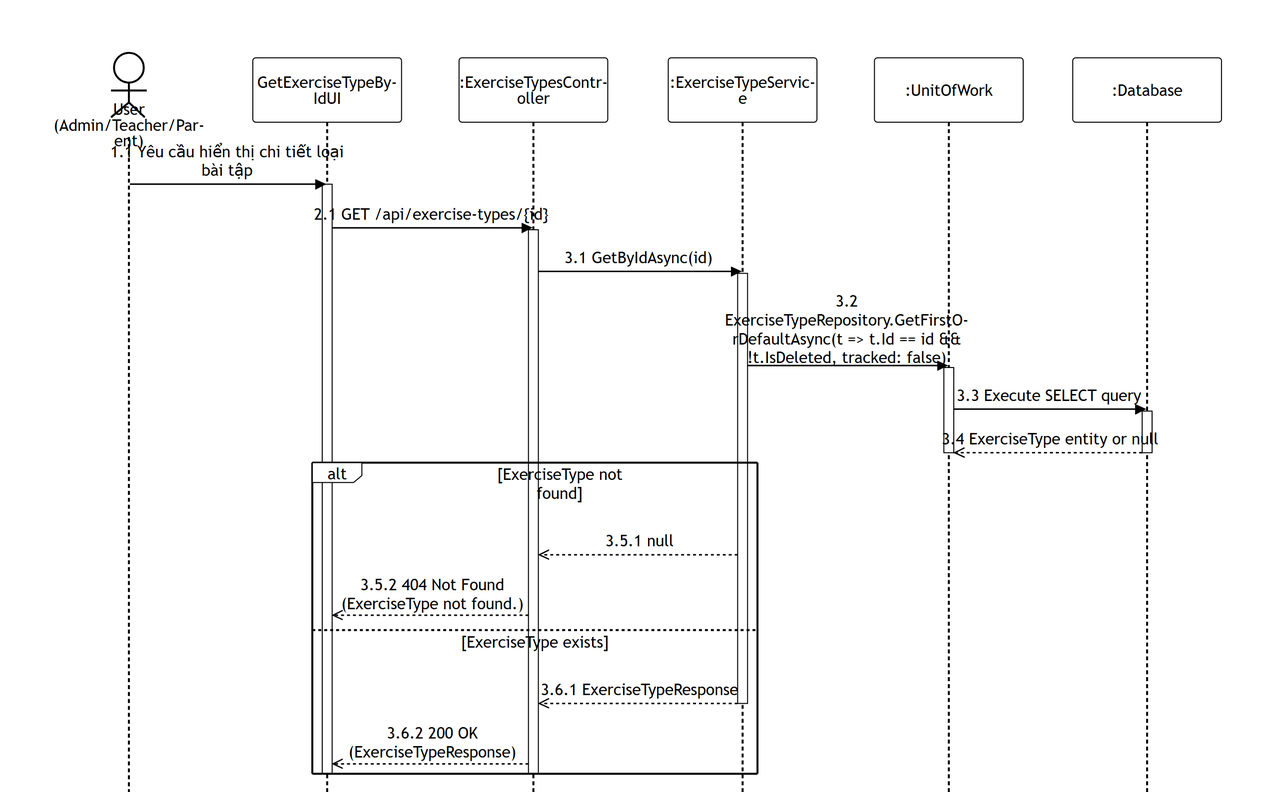
The Mermaid diagram 05-exercise-question-management/images/apis/get-exercise-type-by-id.png in PhucAnDev/docx-diagram, before a commit. Its source is kept beside it as 05-exercise-question-management/sequence-diagram/apis/get-exercise-type-by-id.mmd. Source of this version:
```mermaid
%%{init: {'theme':'base', 'themeVariables': {'actorBkg':'#ffffff','actorBorder':'#000000','actorTextColor':'#000000','actorLineColor':'#000000','signalColor':'#000000','signalTextColor':'#000000','labelBoxBkgColor':'#ffffff','labelBoxBorderColor':'#000000','labelTextColor':'#000000','loopTextColor':'#000000','noteBkgColor':'#ffffff','noteBorderColor':'#000000','noteTextColor':'#000000','activationBorderColor':'#000000','activationBkgColor':'#ffffff','sequenceNumberColor':'#000000'}, 'sequence': {'width':150,'height':65,'actorFontSize':16,'messageFontSize':16,'wrap':true,'wrapPadding':10}}}%%
sequenceDiagram
    title GET /api/exercise-types/{id}
    actor User as User (Admin/Teacher/Parent)
    participant UI as GetExerciseTypeByIdUI
    participant Endpoint as :ExerciseTypesController
    participant Service as :ExerciseTypeService
    participant DB as :UnitOfWork
    participant Database as :Database

    User->>UI: 1.1 Yêu cầu hiển thị chi tiết loại bài tập
    activate UI
    UI->>Endpoint: 2.1 GET /api/exercise-types/{id}
    activate Endpoint

    Endpoint->>Service: 3.1 GetByIdAsync(id)
    activate Service

    Service->>DB: 3.2 ExerciseTypeRepository.GetFirstOrDefaultAsync(t => t.Id == id && !t.IsDeleted, tracked: false)
    activate DB
    DB->>Database: 3.3 Execute SELECT query
    activate Database
    Database-->>DB: 3.4 ExerciseType entity or null
    deactivate Database
    deactivate DB

    alt ExerciseType not found
        Service-->>Endpoint: 3.5.1 null
        Endpoint-->>UI: 3.5.2 404 Not Found (ExerciseType not found.)
    else ExerciseType exists
        Service-->>Endpoint: 3.6.1 ExerciseTypeResponse
        deactivate Service
        Endpoint-->>UI: 3.6.2 200 OK (ExerciseTypeResponse)
    end
    deactivate Endpoint
    deactivate UI
```
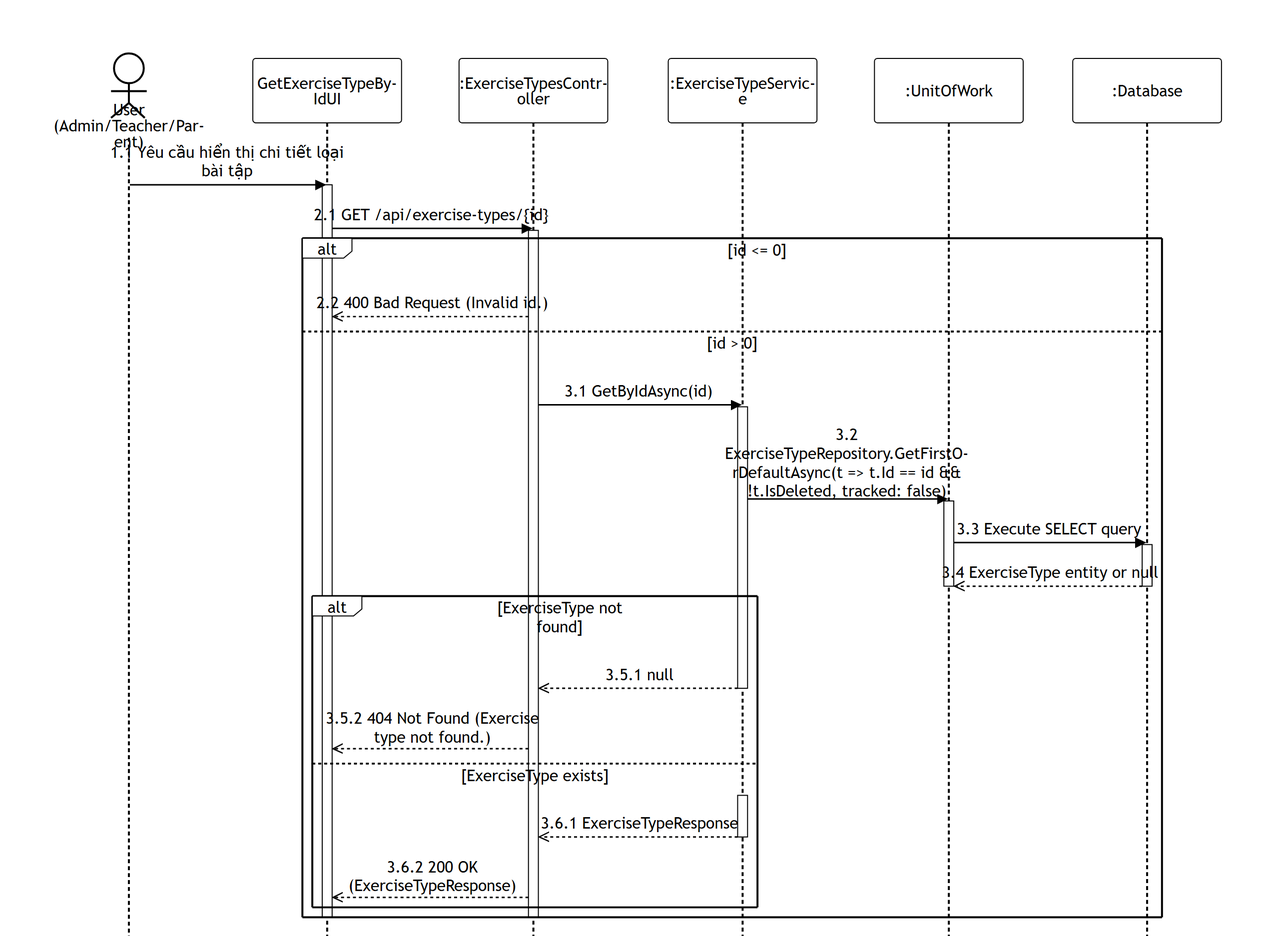
After the change.

Commit message:
fix: update get-exercise-type-by-id.mmd with correct validations, error messages, and activations

The edit, as a diff of the source:
```diff
@@ -13,24 +13,30 @@
     UI->>Endpoint: 2.1 GET /api/exercise-types/{id}
     activate Endpoint
 
-    Endpoint->>Service: 3.1 GetByIdAsync(id)
-    activate Service
+    alt id <= 0
+        Endpoint-->>UI: 2.2 400 Bad Request (Invalid id.)
+    else id > 0
+        Endpoint->>Service: 3.1 GetByIdAsync(id)
+        activate Service
 
-    Service->>DB: 3.2 ExerciseTypeRepository.GetFirstOrDefaultAsync(t => t.Id == id && !t.IsDeleted, tracked: false)
-    activate DB
-    DB->>Database: 3.3 Execute SELECT query
-    activate Database
-    Database-->>DB: 3.4 ExerciseType entity or null
-    deactivate Database
-    deactivate DB
+        Service->>DB: 3.2 ExerciseTypeRepository.GetFirstOrDefaultAsync(t => t.Id == id && !t.IsDeleted, tracked: false)
+        activate DB
+        DB->>Database: 3.3 Execute SELECT query
+        activate Database
+        Database-->>DB: 3.4 ExerciseType entity or null
+        deactivate Database
+        deactivate DB
 
-    alt ExerciseType not found
-        Service-->>Endpoint: 3.5.1 null
-        Endpoint-->>UI: 3.5.2 404 Not Found (ExerciseType not found.)
-    else ExerciseType exists
-        Service-->>Endpoint: 3.6.1 ExerciseTypeResponse
-        deactivate Service
-        Endpoint-->>UI: 3.6.2 200 OK (ExerciseTypeResponse)
+        alt ExerciseType not found
+            Service-->>Endpoint: 3.5.1 null
+            deactivate Service
+            Endpoint-->>UI: 3.5.2 404 Not Found (Exercise type not found.)
+        else ExerciseType exists
+            activate Service
+            Service-->>Endpoint: 3.6.1 ExerciseTypeResponse
+            deactivate Service
+            Endpoint-->>UI: 3.6.2 200 OK (ExerciseTypeResponse)
+        end
     end
     deactivate Endpoint
     deactivate UI
```
